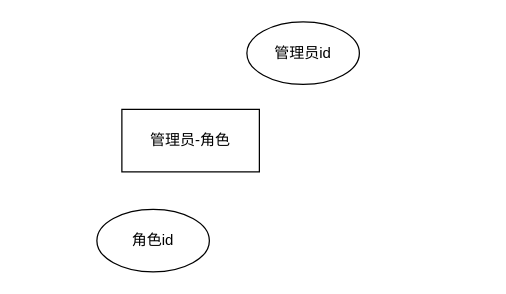
194568/test1 keeps this draw.io diagram as page "管理员-角色" (3 of 20) of ER.drawio. Above is the earlier version. Source tidied: cells renumbered, new cells numbered last; positions are measured from the earlier drawing's top-left corner, leaving out a move shared by most shapes. Both pictures are drawn from the tidied source at 125%, with x=0, y=0 at pixel (96, 21).
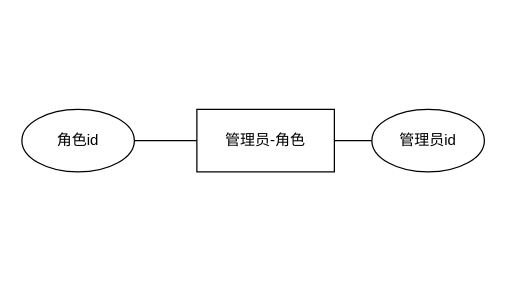
After the change.

The edit, as a diff of the source:
```diff
@@
 <mxGraphModel>
   <root>
     <mxCell id="0" />
     <mxCell id="1" parent="0" />
+    <mxCell id="5" style="edgeStyle=orthogonalEdgeStyle;rounded=0;jettySize=auto;html=1;endArrow=none;endFill=0;" parent="1" edge="1" source="2" target="4">
+      <mxGeometry relative="1" as="geometry" />
+    </mxCell>
+    <mxCell id="6" style="edgeStyle=orthogonalEdgeStyle;rounded=0;jettySize=auto;html=1;endArrow=none;endFill=0;" parent="1" edge="1" source="2" target="3">
+      <mxGeometry relative="1" as="geometry" />
+    </mxCell>
     <mxCell id="2" value="管理员-角色" style="rounded=0;whiteSpace=wrap;html=1;" parent="1" vertex="1">
-      <mxGeometry x="20" y="70" width="110" height="50" as="geometry" />
+      <mxGeometry x="80" y="70" width="110" height="50" as="geometry" />
     </mxCell>
     <mxCell id="3" value="管理员id" style="ellipse;whiteSpace=wrap;html=1;" parent="1" vertex="1">
-      <mxGeometry x="120" width="90" height="50" as="geometry" />
+      <mxGeometry x="220" y="70" width="90" height="50" as="geometry" />
     </mxCell>
     <mxCell id="4" value="角色id" style="ellipse;whiteSpace=wrap;html=1;" parent="1" vertex="1">
-      <mxGeometry y="150" width="90" height="50" as="geometry" />
+      <mxGeometry x="-60" y="70" width="90" height="50" as="geometry" />
     </mxCell>
   </root>
 </mxGraphModel>
```
